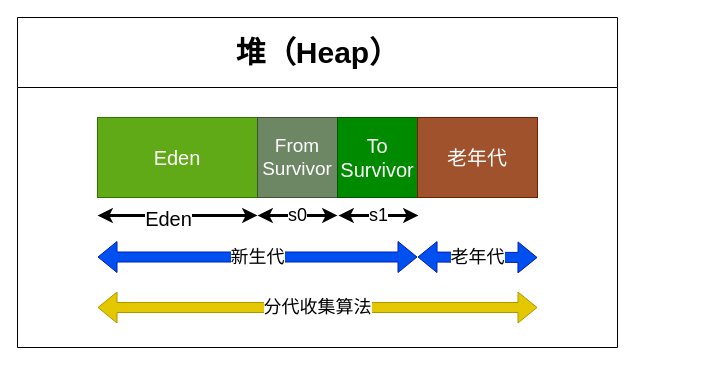
Earlier version of the draw.io diagram Untitled Diagram.drawio (igdnss/blog). Source tidied: cells renumbered, new cells numbered last; positions are measured from the earlier drawing's top-left corner, leaving out a move shared by most shapes. Both pictures are drawn from the tidied source at 100%, with x=0, y=0 at pixel (17, 17).
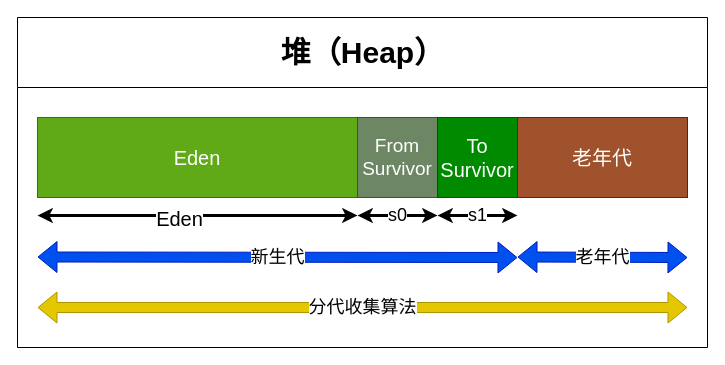
Above is the later version.

What changed in the source:
```diff
@@
     <mxCell id="2" value="&lt;font style=&quot;font-size: 30px&quot;&gt;堆（Heap）&lt;/font&gt;" style="swimlane;html=1;startSize=70;horizontal=1;containerType=tree;newEdgeStyle={&quot;edgeStyle&quot;:&quot;elbowEdgeStyle&quot;,&quot;startArrow&quot;:&quot;none&quot;,&quot;endArrow&quot;:&quot;none&quot;};" parent="1" vertex="1">
-      <mxGeometry width="600" height="330" as="geometry" />
+      <mxGeometry width="690" height="330" as="geometry" />
     </mxCell>
     <mxCell id="3" value="Eden" style="rounded=0;whiteSpace=wrap;html=1;fillColor=#60a917;strokeColor=#2D7600;fontColor=#ffffff;fontSize=20;" parent="2" vertex="1">
-      <mxGeometry x="80" y="100" width="160" height="80" as="geometry" />
+      <mxGeometry x="20" y="100" width="320" height="80" as="geometry" />
     </mxCell>
     <mxCell id="4" value="From&lt;br style=&quot;font-size: 19px;&quot;&gt;Survivor" style="rounded=0;whiteSpace=wrap;html=1;fillColor=#6d8764;strokeColor=#3A5431;fontColor=#ffffff;fontSize=19;" parent="2" vertex="1">
-      <mxGeometry x="240" y="100" width="80" height="80" as="geometry" />
+      <mxGeometry x="340" y="100" width="80" height="80" as="geometry" />
     </mxCell>
     <mxCell id="5" value="To&lt;br style=&quot;font-size: 20px;&quot;&gt;Survivor" style="rounded=0;whiteSpace=wrap;html=1;fillColor=#008a00;strokeColor=#005700;fontColor=#ffffff;fontSize=20;" parent="2" vertex="1">
-      <mxGeometry x="320" y="100" width="80" height="80" as="geometry" />
+      <mxGeometry x="420" y="100" width="80" height="80" as="geometry" />
     </mxCell>
     <mxCell id="6" value="老年代" style="rounded=0;whiteSpace=wrap;html=1;fillColor=#a0522d;strokeColor=#6D1F00;fontColor=#ffffff;fontSize=20;" parent="2" vertex="1">
-      <mxGeometry x="400" y="100" width="120" height="80" as="geometry" />
+      <mxGeometry x="500" y="100" width="170" height="80" as="geometry" />
     </mxCell>
     <mxCell id="7" style="endArrow=classic;startArrow=classic;html=1;strokeWidth=3;fontSize=17;" parent="2" edge="1">
       <mxGeometry relative="1" as="geometry">
-        <mxPoint x="80" y="198" as="sourcePoint" />
-        <mxPoint x="240" y="198" as="targetPoint" />
+        <mxPoint x="20" y="198" as="sourcePoint" />
+        <mxPoint x="340" y="198" as="targetPoint" />
       </mxGeometry>
     </mxCell>
@@
     <mxCell id="9" value="s0" style="endArrow=classic;startArrow=classic;html=1;strokeWidth=3;fontSize=18;" parent="2" edge="1">
       <mxGeometry relative="1" as="geometry">
-        <mxPoint x="240" y="198" as="sourcePoint" />
-        <mxPoint x="320" y="198" as="targetPoint" />
+        <mxPoint x="340" y="198" as="sourcePoint" />
+        <mxPoint x="420" y="198" as="targetPoint" />
         <Array as="points">
-          <mxPoint x="280" y="198" />
+          <mxPoint x="380" y="198" />
         </Array>
       </mxGeometry>
     </mxCell>
     <mxCell id="10" value="新生代" style="endArrow=classic;startArrow=classic;html=1;strokeColor=#001DBC;strokeWidth=1;shape=flexArrow;fillColor=#0050ef;fontSize=18;" parent="2" edge="1">
       <mxGeometry relative="1" as="geometry">
-        <mxPoint x="80" y="239.5" as="sourcePoint" />
-        <mxPoint x="400" y="239.5" as="targetPoint" />
+        <mxPoint x="20" y="239.5" as="sourcePoint" />
+        <mxPoint x="500" y="240" as="targetPoint" />
       </mxGeometry>
     </mxCell>
     <mxCell id="11" value="老年代" style="endArrow=classic;startArrow=classic;html=1;strokeColor=#001DBC;strokeWidth=1;shape=flexArrow;fillColor=#0050ef;fontSize=18;" parent="2" edge="1">
       <mxGeometry relative="1" as="geometry">
-        <mxPoint x="400" y="239.5" as="sourcePoint" />
-        <mxPoint x="520" y="240" as="targetPoint" />
+        <mxPoint x="500" y="239.5" as="sourcePoint" />
+        <mxPoint x="670" y="240" as="targetPoint" />
       </mxGeometry>
     </mxCell>
     <mxCell id="12" value="分代收集算法" style="endArrow=classic;startArrow=classic;html=1;strokeColor=#B09500;strokeWidth=1;fillColor=#e3c800;shape=flexArrow;fontSize=18;" parent="2" edge="1">
       <mxGeometry relative="1" as="geometry">
-        <mxPoint x="80" y="290" as="sourcePoint" />
-        <mxPoint x="520" y="290" as="targetPoint" />
+        <mxPoint x="20" y="290" as="sourcePoint" />
+        <mxPoint x="670" y="290" as="targetPoint" />
       </mxGeometry>
     </mxCell>
-    <mxCell id="13" value="s1" style="endArrow=classic;startArrow=classic;html=1;strokeWidth=3;fontSize=18;" parent="1" edge="1">
+    <mxCell id="13" value="s1" style="endArrow=classic;startArrow=classic;html=1;strokeWidth=3;fontSize=18;" parent="2" edge="1">
       <mxGeometry relative="1" as="geometry">
-        <mxPoint x="321" y="198" as="sourcePoint" />
-        <mxPoint x="401" y="198" as="targetPoint" />
+        <mxPoint x="420" y="198" as="sourcePoint" />
+        <mxPoint x="500" y="198" as="targetPoint" />
         <Array as="points">
-          <mxPoint x="361" y="198" />
+          <mxPoint x="460" y="198" />
         </Array>
       </mxGeometry>
     </mxCell>
```
